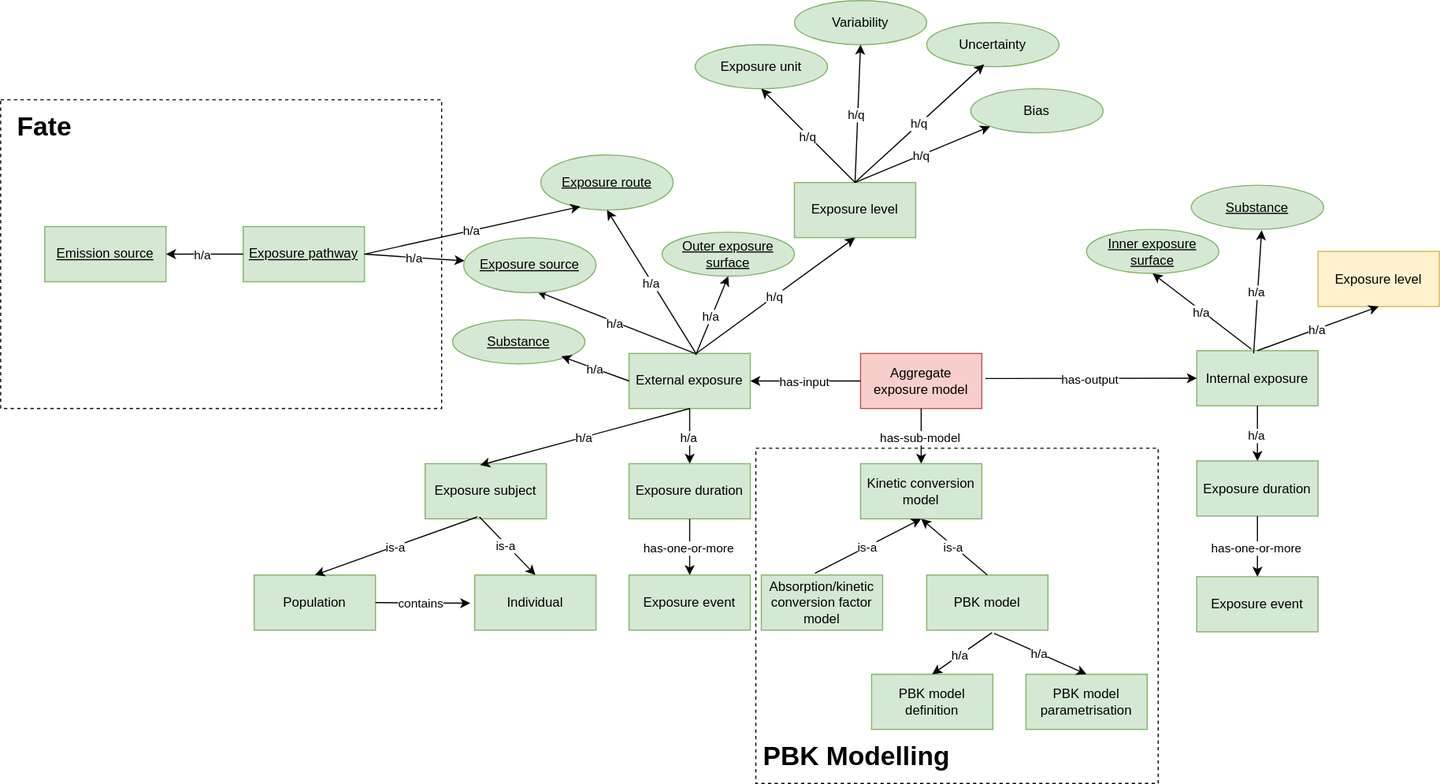
The draw.io diagram diagrams/aggregate-exposure-modelling.drawio.svg in eu-parc/aggregate-exposure-modelling, before a commit. Source tidied: cells renumbered, new cells last; positions are measured from the earlier drawing's top-left corner, leaving out a move shared by most shapes.
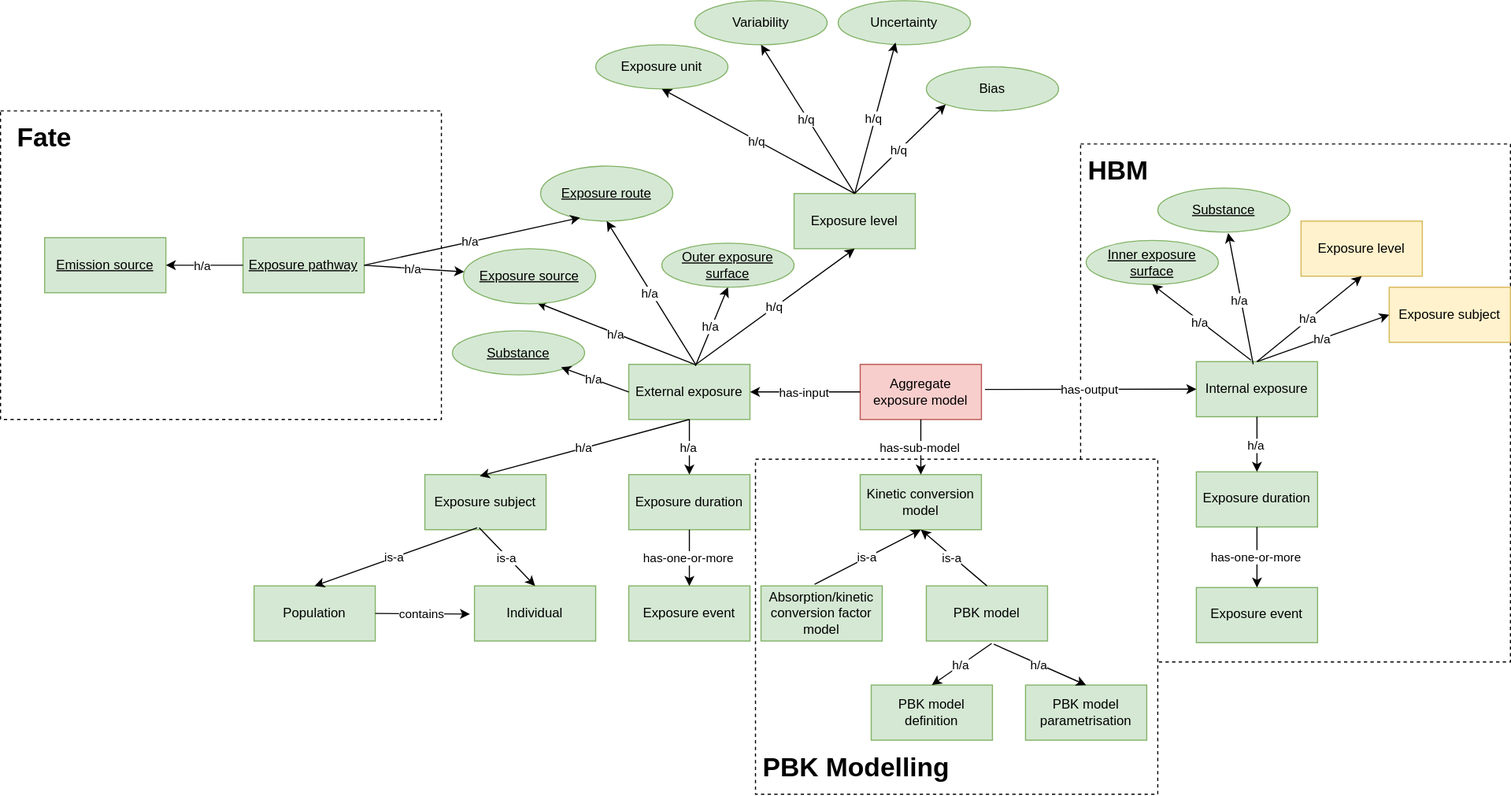
After the change.

Commit message:
Add HBM domain to main diagram (#15)

The edit, as a diff of the source:
```diff
@@ -2,6 +2,9 @@
   <root>
     <mxCell id="0" />
     <mxCell id="1" parent="0" />
+    <mxCell id="95" style="rounded=0;whiteSpace=wrap;html=1;dashed=1;" parent="1" vertex="1">
+      <mxGeometry x="980" y="120" width="390" height="470" as="geometry" />
+    </mxCell>
     <mxCell id="2" style="rounded=0;whiteSpace=wrap;html=1;dashed=1;" parent="1" vertex="1">
       <mxGeometry x="685" y="406" width="365" height="304" as="geometry" />
     </mxCell>
@@ -27,25 +30,25 @@
       <mxGeometry x="720" y="165" width="110" height="50" as="geometry" />
     </mxCell>
     <mxCell id="10" value="Bias" style="ellipse;whiteSpace=wrap;html=1;fillColor=#d5e8d4;strokeColor=#82b366;fontStyle=0;fontColor=#000000;" parent="1" vertex="1">
-      <mxGeometry x="880" y="80" width="120" height="40" as="geometry" />
+      <mxGeometry x="840" y="50" width="120" height="40" as="geometry" />
     </mxCell>
     <mxCell id="11" value="Variability" style="ellipse;whiteSpace=wrap;html=1;fillColor=#d5e8d4;strokeColor=#82b366;fontStyle=0;fontColor=#000000;" parent="1" vertex="1">
-      <mxGeometry x="720" width="120" height="40" as="geometry" />
+      <mxGeometry x="630" y="-10" width="120" height="40" as="geometry" />
     </mxCell>
     <mxCell id="12" value="Exposure unit" style="ellipse;whiteSpace=wrap;html=1;fillColor=#d5e8d4;strokeColor=#82b366;fontStyle=0;fontColor=#000000;" parent="1" vertex="1">
-      <mxGeometry x="630" y="40" width="120" height="40" as="geometry" />
+      <mxGeometry x="540" y="30" width="120" height="40" as="geometry" />
     </mxCell>
     <mxCell id="13" value="Uncertainty" style="ellipse;whiteSpace=wrap;html=1;fillColor=#d5e8d4;strokeColor=#82b366;fontStyle=0;fontColor=#000000;" parent="1" vertex="1">
-      <mxGeometry x="840" y="20" width="120" height="40" as="geometry" />
+      <mxGeometry x="760" y="-10" width="120" height="40" as="geometry" />
     </mxCell>
     <mxCell id="14" value="Inner exposure surface" style="ellipse;whiteSpace=wrap;html=1;fillColor=#d5e8d4;strokeColor=#82b366;fontStyle=4;fontColor=#000000;" parent="1" vertex="1">
       <mxGeometry x="985" y="207.5" width="120" height="40" as="geometry" />
     </mxCell>
     <mxCell id="15" value="Substance" style="ellipse;whiteSpace=wrap;html=1;fillColor=#d5e8d4;strokeColor=#82b366;fontStyle=4;fontColor=#000000;" parent="1" vertex="1">
-      <mxGeometry x="1080" y="167.5" width="120" height="40" as="geometry" />
+      <mxGeometry x="1050" y="160" width="120" height="40" as="geometry" />
     </mxCell>
     <mxCell id="16" value="Exposure level" style="rounded=0;whiteSpace=wrap;html=1;fillColor=#fff2cc;strokeColor=#d6b656;fontColor=#000000;" parent="1" vertex="1">
-      <mxGeometry x="1195" y="227.5" width="110" height="50" as="geometry" />
+      <mxGeometry x="1180" y="190" width="110" height="50" as="geometry" />
     </mxCell>
     <mxCell id="17" value="Kinetic conversion model" style="rounded=0;whiteSpace=wrap;html=1;fillColor=#d5e8d4;strokeColor=#82b366;fontColor=#000000;" parent="1" vertex="1">
       <mxGeometry x="780" y="420" width="110" height="50" as="geometry" />
@@ -341,5 +344,19 @@
     <mxCell id="94" value="&lt;b&gt;&lt;font style=&quot;font-size: 24px;&quot;&gt;PBK Modelling&lt;/font&gt;&lt;/b&gt;" style="text;html=1;strokeColor=none;fillColor=none;align=left;verticalAlign=middle;whiteSpace=wrap;rounded=0;" parent="1" vertex="1">
       <mxGeometry x="690" y="671" width="210" height="30" as="geometry" />
     </mxCell>
+    <mxCell id="96" value="&lt;b&gt;&lt;font style=&quot;font-size: 24px;&quot;&gt;HBM&lt;/font&gt;&lt;/b&gt;" style="text;html=1;strokeColor=none;fillColor=none;align=left;verticalAlign=middle;whiteSpace=wrap;rounded=0;" parent="1" vertex="1">
+      <mxGeometry x="985" y="130" width="210" height="30" as="geometry" />
+    </mxCell>
+    <mxCell id="97" value="Exposure subject" style="rounded=0;whiteSpace=wrap;html=1;fillColor=#fff2cc;strokeColor=#d6b656;" parent="1" vertex="1">
+      <mxGeometry x="1260" y="250" width="110" height="50" as="geometry" />
+    </mxCell>
+    <mxCell id="98" style="endArrow=classic;html=1;rounded=0;entryX=0;entryY=0.5;entryDx=0;entryDy=0;exitX=0.5;exitY=0;exitDx=0;exitDy=0;" parent="1" edge="1" source="6" target="97">
+      <mxGeometry relative="1" as="geometry" />
+    </mxCell>
+    <mxCell id="99" value="h/a" style="edgeLabel;html=1;align=center;verticalAlign=middle;" parent="98" vertex="1">
+      <mxGeometry relative="1" as="geometry">
+        <mxPoint x="-2" as="offset" />
+      </mxGeometry>
+    </mxCell>
   </root>
 </mxGraphModel>
```
